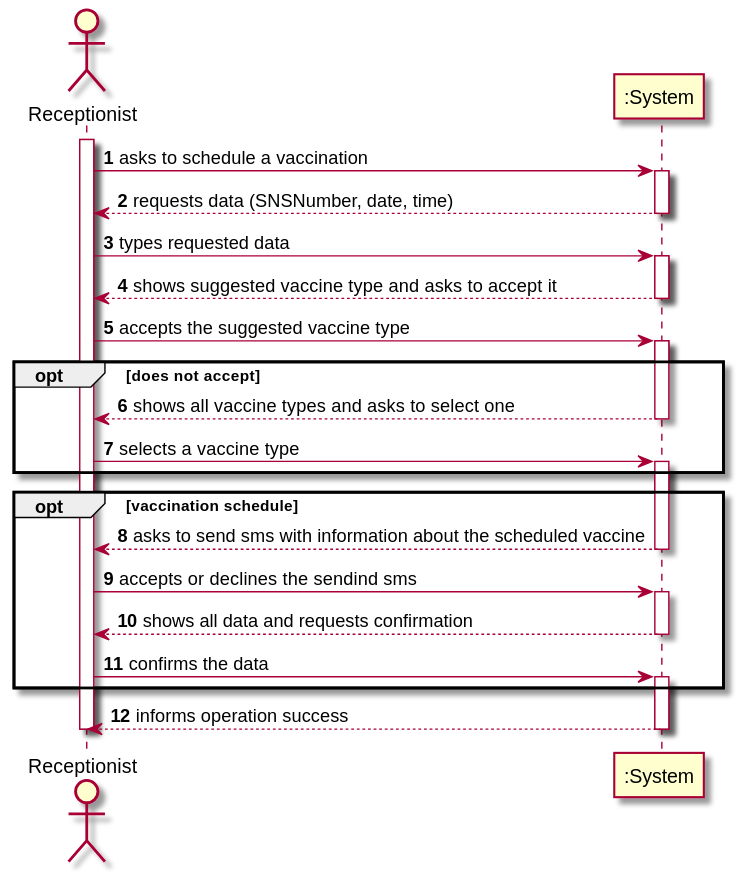
The PlantUML diagram docs/SprintC/US02/SSD/US02_SSD.svg in miseEnPlace-i/lapr2, before a commit.
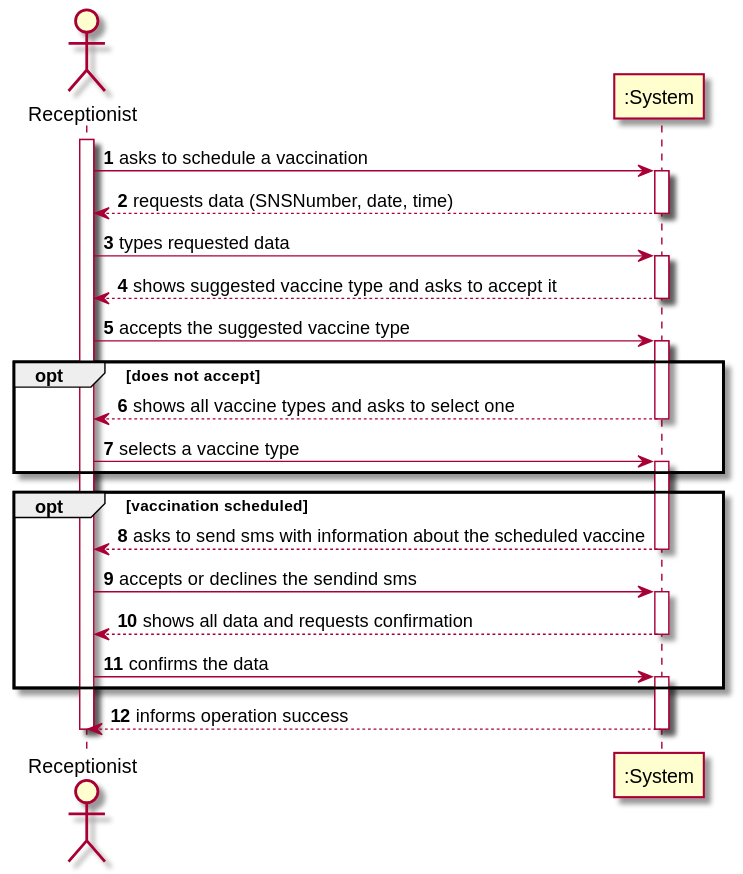
After the change.

Diff of the diagram source:
```diff
@@ -22,7 +22,7 @@
 activate ":System"
 end
 
-opt vaccination schedule
+opt vaccination scheduled
 ":System" --> Recept : asks to send sms with information about the scheduled vaccine
 deactivate ":System"
 Recept -> ":System" : accepts or declines the sendind sms
```
